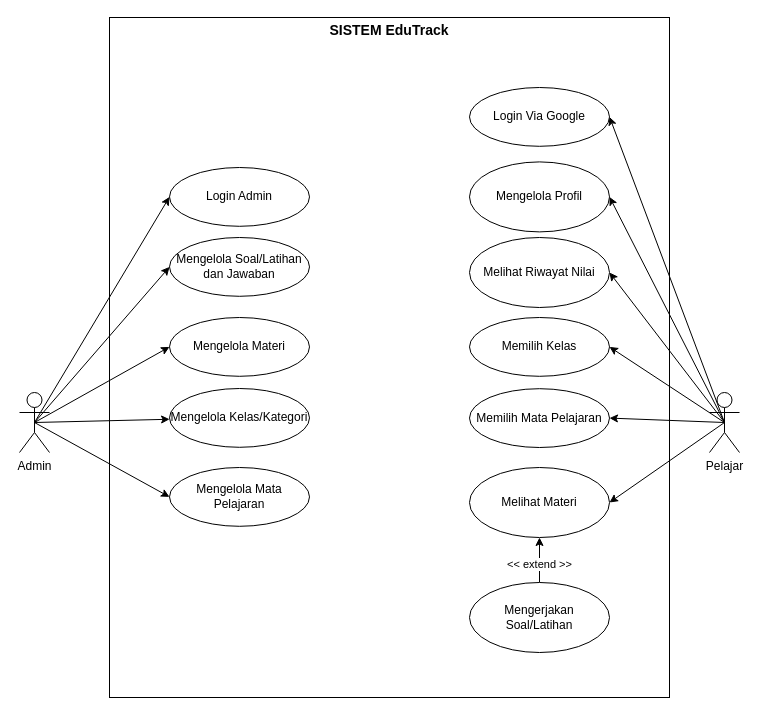
Above: UseCase.drawio in Ahab131/EduTrack---Aplikasi-Pembelajaran-Evaluasi-Akademik-Berbasis-Android (draw.io), before the change. Source tidied: cells renumbered, new cells numbered last; positions are measured from the earlier drawing's top-left corner, leaving out a move shared by most shapes. Both pictures are drawn from the tidied source at 100%, with x=0, y=0 at pixel (19, 17).
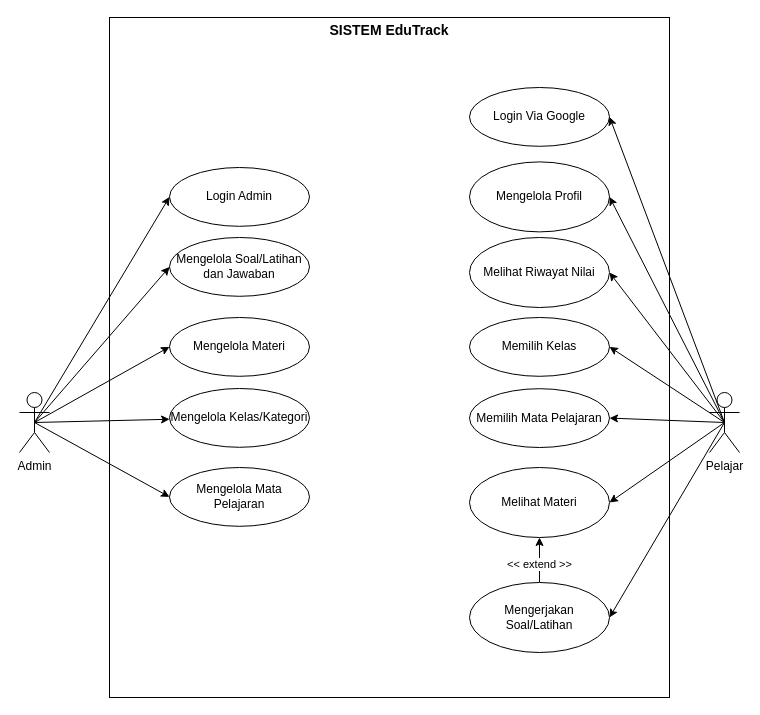
The same page after the edit.

The change refers to these unchanged cells:
```xml
<mxCell id="16" value="Mengerjakan Soal/Latihan" style="ellipse;whiteSpace=wrap;html=1;" parent="13" vertex="1">
  <mxGeometry y="115" width="140" height="70" as="geometry" />
</mxCell>
<mxCell id="31" value="Pelajar" style="shape=umlActor;verticalLabelPosition=bottom;verticalAlign=top;html=1;" parent="1" vertex="1">
  <mxGeometry x="690" y="375" width="30" height="60" as="geometry" />
</mxCell>
```

What changed in the source:
```diff
@@
+    <mxCell id="32" style="rounded=0;jettySize=auto;html=1;entryX=1;entryY=0.5;entryDx=0;entryDy=0;exitX=0.5;exitY=0.5;exitDx=0;exitDy=0;exitPerimeter=0;" parent="1" edge="1" source="31" target="16">
+      <mxGeometry relative="1" as="geometry" />
+    </mxCell>
```
